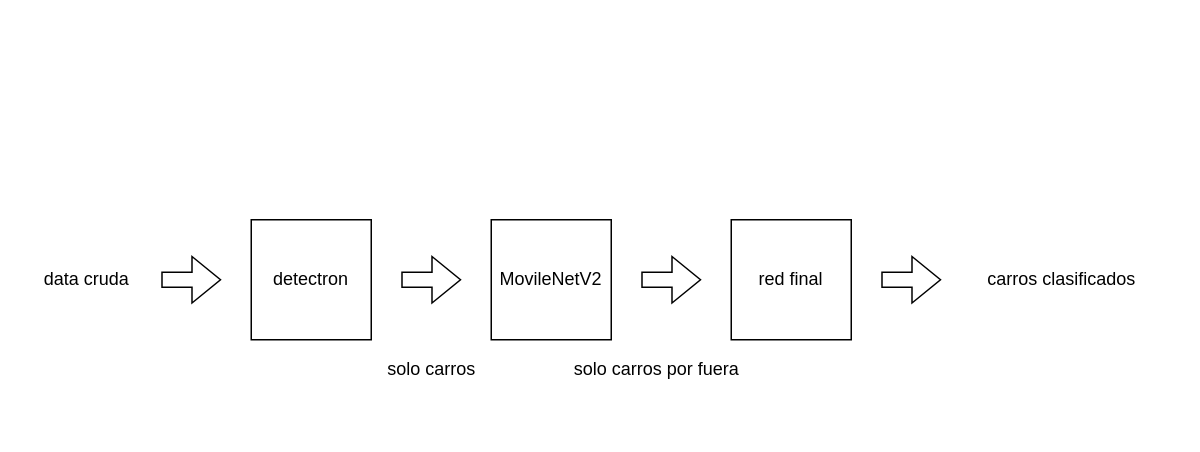
This is Diagrama sin título.drawio from josueelias9/AI-resnet_retraining, a draw.io file, before an edit. Source tidied: cells renumbered, new cells numbered last; positions are measured from the earlier drawing's top-left corner, leaving out a move shared by most shapes. Both pictures are drawn from the tidied source at 150%, with x=0, y=0 at pixel (26, 219).
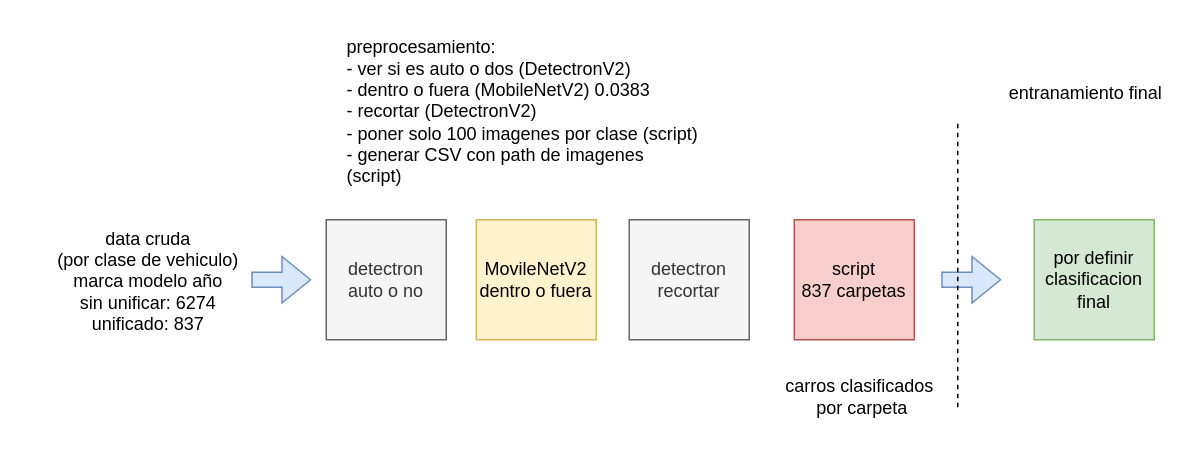
After the change.

Change to the diagram source:
```diff
@@
 <mxGraphModel>
   <root>
     <mxCell id="0" />
     <mxCell id="1" parent="0" />
-    <mxCell id="2" value="detectron" style="whiteSpace=wrap;html=1;" parent="1" vertex="1">
-      <mxGeometry x="150" width="80" height="80" as="geometry" />
+    <mxCell id="2" value="detectron&lt;br&gt;auto o no" style="whiteSpace=wrap;html=1;fillColor=#f5f5f5;fontColor=#333333;strokeColor=#666666;" parent="1" vertex="1">
+      <mxGeometry x="200" width="80" height="80" as="geometry" />
     </mxCell>
-    <mxCell id="3" style="shape=flexArrow;endArrow=classic;html=1;rounded=0;" parent="1" edge="1">
+    <mxCell id="3" style="shape=flexArrow;endArrow=classic;html=1;rounded=0;fillColor=#dae8fc;strokeColor=#6c8ebf;" parent="1" edge="1">
       <mxGeometry relative="1" as="geometry">
-        <mxPoint x="90" y="40" as="sourcePoint" />
-        <mxPoint x="130" y="40" as="targetPoint" />
+        <mxPoint x="150" y="40" as="sourcePoint" />
+        <mxPoint x="190" y="40" as="targetPoint" />
       </mxGeometry>
     </mxCell>
-    <mxCell id="4" value="MovileNetV2" style="whiteSpace=wrap;html=1;" parent="1" vertex="1">
-      <mxGeometry x="310" width="80" height="80" as="geometry" />
+    <mxCell id="4" value="MovileNetV2&lt;br&gt;dentro o fuera" style="whiteSpace=wrap;html=1;fillColor=#fff2cc;strokeColor=#d6b656;" parent="1" vertex="1">
+      <mxGeometry x="300" width="80" height="80" as="geometry" />
     </mxCell>
-    <mxCell id="5" value="red final" style="whiteSpace=wrap;html=1;" parent="1" vertex="1">
-      <mxGeometry x="470" width="80" height="80" as="geometry" />
-    </mxCell>
-    <mxCell id="6" style="shape=flexArrow;endArrow=classic;html=1;rounded=0;" parent="1" edge="1">
-      <mxGeometry relative="1" as="geometry">
-        <mxPoint x="250" y="40" as="sourcePoint" />
-        <mxPoint x="290" y="40" as="targetPoint" />
-      </mxGeometry>
-    </mxCell>
-    <mxCell id="7" style="shape=flexArrow;endArrow=classic;html=1;rounded=0;" parent="1" edge="1">
+    <mxCell id="7" style="shape=flexArrow;endArrow=classic;html=1;rounded=0;fillColor=#dae8fc;strokeColor=#6c8ebf;" parent="1" edge="1">
       <mxGeometry relative="1" as="geometry">
-        <mxPoint x="410" y="40" as="sourcePoint" />
-        <mxPoint x="450" y="40" as="targetPoint" />
+        <mxPoint x="610" y="40" as="sourcePoint" />
+        <mxPoint x="650" y="40" as="targetPoint" />
       </mxGeometry>
     </mxCell>
-    <mxCell id="8" value="data cruda" style="text;html=1;align=center;verticalAlign=middle;strokeColor=none;fillColor=none;" parent="1" vertex="1">
-      <mxGeometry y="25" width="80" height="30" as="geometry" />
+    <mxCell id="8" value="data cruda&lt;br&gt;(por clase de vehiculo)&lt;br&gt;marca modelo año&lt;br&gt;sin unificar: 6274&lt;br&gt;unificado: 837" style="text;html=1;align=center;verticalAlign=middle;strokeColor=none;fillColor=none;" parent="1" vertex="1">
+      <mxGeometry x="11" y="-1" width="139" height="84" as="geometry" />
     </mxCell>
-    <mxCell id="9" value="solo carros" style="text;html=1;align=center;verticalAlign=middle;strokeColor=none;fillColor=none;" parent="1" vertex="1">
-      <mxGeometry x="230" y="85" width="80" height="30" as="geometry" />
-    </mxCell>
-    <mxCell id="10" value="solo carros por fuera" style="text;html=1;align=center;verticalAlign=middle;strokeColor=none;fillColor=none;" parent="1" vertex="1">
-      <mxGeometry x="355" y="85" width="130" height="30" as="geometry" />
-    </mxCell>
-    <mxCell id="11" value="carros clasificados" style="text;html=1;align=center;verticalAlign=middle;strokeColor=none;fillColor=none;" parent="1" vertex="1">
-      <mxGeometry x="630" y="25" width="120" height="30" as="geometry" />
+    <mxCell id="11" value="carros clasificados&amp;nbsp;&lt;br&gt;por carpeta" style="text;html=1;align=center;verticalAlign=middle;strokeColor=none;fillColor=none;" parent="1" vertex="1">
+      <mxGeometry x="497" y="97" width="120" height="41" as="geometry" />
     </mxCell>
-    <mxCell id="12" style="shape=flexArrow;endArrow=classic;html=1;rounded=0;" parent="1" edge="1">
-      <mxGeometry relative="1" as="geometry">
-        <mxPoint x="570" y="40" as="sourcePoint" />
-        <mxPoint x="610" y="40" as="targetPoint" />
-      </mxGeometry>
-    </mxCell>
+    <mxCell id="13" value="preprocesamiento:&lt;br&gt;- ver si es auto o dos (DetectronV2)&lt;br&gt;&lt;span style=&quot;background-color: initial;&quot;&gt;- dentro o fuera (MobileNetV2) 0.0383&lt;/span&gt;&lt;br&gt;&lt;div style=&quot;&quot;&gt;&lt;span style=&quot;background-color: initial;&quot;&gt;- recortar (DetectronV2)&lt;/span&gt;&lt;/div&gt;&lt;div style=&quot;&quot;&gt;&lt;span style=&quot;background-color: initial;&quot;&gt;- poner solo 100 imagenes por clase (script)&lt;/span&gt;&lt;/div&gt;&lt;div style=&quot;&quot;&gt;&lt;span style=&quot;background-color: initial;&quot;&gt;- generar CSV con path de imagenes&amp;nbsp;&lt;/span&gt;&lt;/div&gt;(script)" style="text;html=1;align=left;verticalAlign=middle;strokeColor=none;fillColor=none;" parent="1" vertex="1">
+      <mxGeometry x="212" y="-129" width="252" height="113" as="geometry" />
+    </mxCell>
+    <mxCell id="14" value="detectron&lt;br&gt;recortar" style="whiteSpace=wrap;html=1;fillColor=#f5f5f5;fontColor=#333333;strokeColor=#666666;" parent="1" vertex="1">
+      <mxGeometry x="402" width="80" height="80" as="geometry" />
+    </mxCell>
+    <mxCell id="15" value="por definir&lt;br&gt;clasificacion final" style="whiteSpace=wrap;html=1;fillColor=#d5e8d4;strokeColor=#82b366;" parent="1" vertex="1">
+      <mxGeometry x="672" width="80" height="80" as="geometry" />
+    </mxCell>
+    <mxCell id="16" value="script&lt;br&gt;837 carpetas" style="whiteSpace=wrap;html=1;fillColor=#f8cecc;strokeColor=#b85450;" parent="1" vertex="1">
+      <mxGeometry x="512" width="80" height="80" as="geometry" />
+    </mxCell>
+    <mxCell id="17" value="entranamiento final" style="text;html=1;align=center;verticalAlign=middle;strokeColor=none;fillColor=none;" parent="1" vertex="1">
+      <mxGeometry x="646" y="-97" width="120" height="26" as="geometry" />
+    </mxCell>
+    <mxCell id="18" style="endArrow=none;dashed=1;html=1;rounded=0;" parent="1" edge="1">
+      <mxGeometry relative="1" as="geometry">
+        <mxPoint x="621" y="125" as="sourcePoint" />
+        <mxPoint x="621" y="-65" as="targetPoint" />
+      </mxGeometry>
+    </mxCell>
   </root>
 </mxGraphModel>
```
